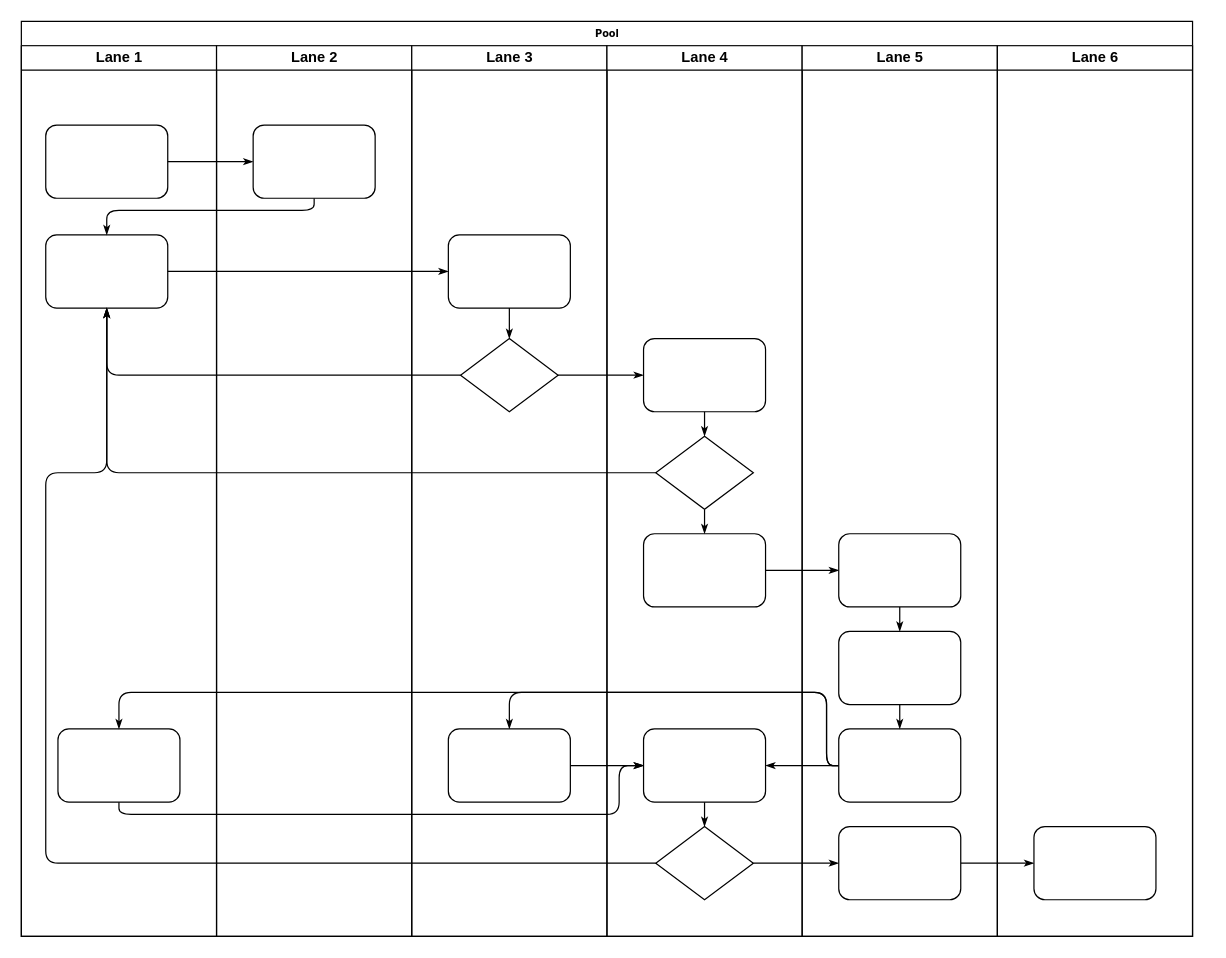
The draw.io diagram Untitled Diagram.drawio in yexue52/test, before the edit. Source tidied: cells renumbered, new cells numbered last; positions are measured from the earlier drawing's top-left corner, leaving out a move shared by most shapes. Both pictures are drawn from the tidied source at 122%, with x=0, y=0 at pixel (21, 21).
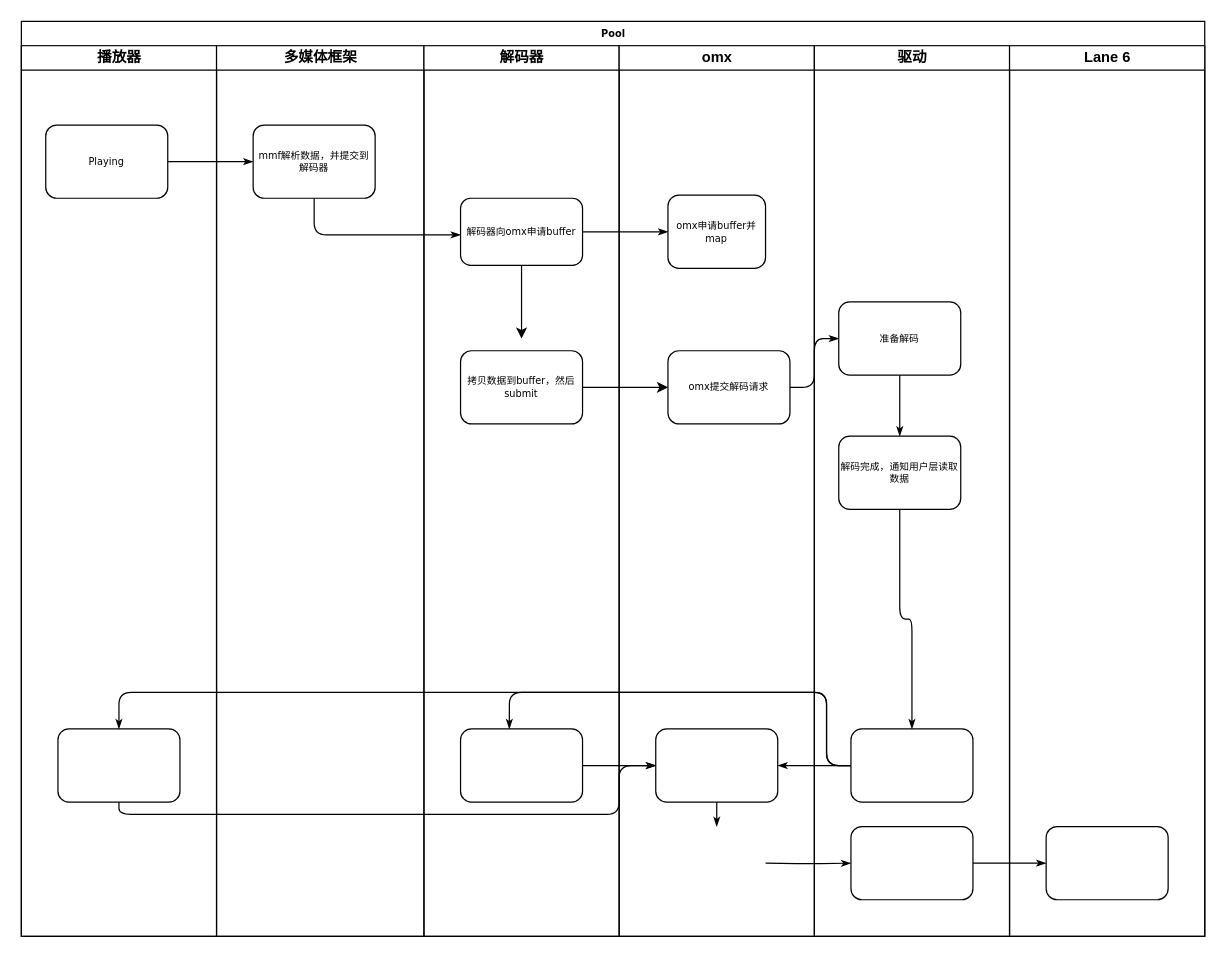
The same page after the edit.

The change refers to these unchanged cells:
```xml
<mxCell id="33" style="rounded=1;whiteSpace=wrap;html=1;shadow=0;labelBackgroundColor=none;strokeWidth=1;fontFamily=Verdana;fontSize=8;align=center;" parent="29" vertex="1">
  <mxGeometry x="30" y="560" width="100" height="60" as="geometry" />
</mxCell>
<mxCell id="42" style="rounded=1;whiteSpace=wrap;html=1;shadow=0;labelBackgroundColor=none;strokeWidth=1;fontFamily=Verdana;fontSize=8;align=center;" parent="38" vertex="1">
  <mxGeometry x="30" y="640" width="100" height="60" as="geometry" />
</mxCell>
```

What changed in the source:
```diff
@@
     <mxCell id="2" value="Pool" style="swimlane;html=1;startSize=20;rounded=0;shadow=0;labelBackgroundColor=none;strokeWidth=1;fontFamily=Verdana;fontSize=8;align=center;" parent="1" vertex="1">
-      <mxGeometry width="960" height="750" as="geometry" />
+      <mxGeometry width="970" height="750" as="geometry" />
     </mxCell>
-    <mxCell id="3" value="Lane 1" style="swimlane;html=1;startSize=20;" parent="2" vertex="1">
+    <mxCell id="3" value="播放器" style="swimlane;html=1;startSize=20;" parent="2" vertex="1">
       <mxGeometry y="20" width="160" height="730" as="geometry" />
     </mxCell>
-    <mxCell id="4" style="rounded=1;whiteSpace=wrap;html=1;shadow=0;labelBackgroundColor=none;strokeWidth=1;fontFamily=Verdana;fontSize=8;align=center;" parent="3" vertex="1">
+    <mxCell id="4" value="Playing" style="rounded=1;whiteSpace=wrap;html=1;shadow=0;labelBackgroundColor=none;strokeWidth=1;fontFamily=Verdana;fontSize=8;align=center;" parent="3" vertex="1">
       <mxGeometry x="20" y="65" width="100" height="60" as="geometry" />
     </mxCell>
-    <mxCell id="5" style="rounded=1;whiteSpace=wrap;html=1;shadow=0;labelBackgroundColor=none;strokeWidth=1;fontFamily=Verdana;fontSize=8;align=center;" parent="3" vertex="1">
-      <mxGeometry x="20" y="155" width="100" height="60" as="geometry" />
-    </mxCell>
@@
     <mxCell id="8" style="edgeStyle=orthogonalEdgeStyle;rounded=1;html=1;labelBackgroundColor=none;startArrow=none;startFill=0;startSize=5;endArrow=classicThin;endFill=1;endSize=5;jettySize=auto;strokeWidth=1;fontFamily=Verdana;fontSize=8;" parent="2" edge="1" source="23" target="5">
       <mxGeometry relative="1" as="geometry">
         <Array as="points">
-          <mxPoint x="240" y="155" />
-          <mxPoint x="70" y="155" />
+          <mxPoint x="240" y="175" />
         </Array>
       </mxGeometry>
     </mxCell>
-    <mxCell id="9" style="edgeStyle=orthogonalEdgeStyle;rounded=1;html=1;labelBackgroundColor=none;startArrow=none;startFill=0;startSize=5;endArrow=classicThin;endFill=1;endSize=5;jettySize=auto;strokeWidth=1;fontFamily=Verdana;fontSize=8;" parent="2" edge="1" source="5" target="25">
-      <mxGeometry relative="1" as="geometry" />
-    </mxCell>
-    <mxCell id="10" style="edgeStyle=orthogonalEdgeStyle;rounded=1;html=1;labelBackgroundColor=none;startArrow=none;startFill=0;startSize=5;endArrow=classicThin;endFill=1;endSize=5;jettySize=auto;strokeWidth=1;fontFamily=Verdana;fontSize=8;" parent="2" edge="1" source="26" target="5">
-      <mxGeometry relative="1" as="geometry" />
-    </mxCell>
-    <mxCell id="11" style="edgeStyle=orthogonalEdgeStyle;rounded=1;html=1;labelBackgroundColor=none;startArrow=none;startFill=0;startSize=5;endArrow=classicThin;endFill=1;endSize=5;jettySize=auto;strokeWidth=1;fontFamily=Verdana;fontSize=8;" parent="2" edge="1" source="31" target="5">
-      <mxGeometry relative="1" as="geometry" />
-    </mxCell>
-    <mxCell id="12" style="edgeStyle=orthogonalEdgeStyle;rounded=1;html=1;labelBackgroundColor=none;startArrow=none;startFill=0;startSize=5;endArrow=classicThin;endFill=1;endSize=5;jettySize=auto;strokeWidth=1;fontFamily=Verdana;fontSize=8;" parent="2" edge="1" source="34" target="5">
-      <mxGeometry relative="1" as="geometry">
-        <Array as="points">
-          <mxPoint x="20" y="690" />
-          <mxPoint x="20" y="370" />
-          <mxPoint x="70" y="370" />
-        </Array>
-      </mxGeometry>
-    </mxCell>
-    <mxCell id="13" style="edgeStyle=orthogonalEdgeStyle;rounded=1;html=1;labelBackgroundColor=none;startArrow=none;startFill=0;startSize=5;endArrow=classicThin;endFill=1;endSize=5;jettySize=auto;strokeWidth=1;fontFamily=Verdana;fontSize=8;" parent="2" edge="1" source="26" target="30">
-      <mxGeometry relative="1" as="geometry" />
-    </mxCell>
-    <mxCell id="14" style="edgeStyle=orthogonalEdgeStyle;rounded=1;html=1;labelBackgroundColor=none;startArrow=none;startFill=0;startSize=5;endArrow=classicThin;endFill=1;endSize=5;jettySize=auto;strokeWidth=1;fontFamily=Verdana;fontSize=8;" parent="2" edge="1" source="34" target="42">
-      <mxGeometry relative="1" as="geometry" />
+    <mxCell id="14" style="edgeStyle=orthogonalEdgeStyle;rounded=1;html=1;labelBackgroundColor=none;startArrow=none;startFill=0;startSize=5;endArrow=classicThin;endFill=1;endSize=5;jettySize=auto;strokeWidth=1;fontFamily=Verdana;fontSize=8;" parent="2" edge="1" target="42">
+      <mxGeometry relative="1" as="geometry">
+        <mxPoint x="610" y="690" as="sourcePoint" />
+      </mxGeometry>
     </mxCell>
@@
-    <mxCell id="16" style="edgeStyle=orthogonalEdgeStyle;rounded=1;html=1;labelBackgroundColor=none;startArrow=none;startFill=0;startSize=5;endArrow=classicThin;endFill=1;endSize=5;jettySize=auto;strokeWidth=1;fontFamily=Verdana;fontSize=8;" parent="2" edge="1" source="32" target="39">
+    <mxCell id="16" style="edgeStyle=orthogonalEdgeStyle;rounded=1;html=1;labelBackgroundColor=none;startArrow=none;startFill=0;startSize=5;endArrow=classicThin;endFill=1;endSize=5;jettySize=auto;strokeWidth=1;fontFamily=Verdana;fontSize=8;exitX=1;exitY=0.5;exitDx=0;exitDy=0;" parent="2" edge="1" source="30" target="39">
       <mxGeometry relative="1" as="geometry" />
     </mxCell>
@@
-    <mxCell id="22" value="Lane 2" style="swimlane;html=1;startSize=20;" parent="2" vertex="1">
-      <mxGeometry x="160" y="20" width="160" height="730" as="geometry" />
+    <mxCell id="22" value="多媒体框架" style="swimlane;html=1;startSize=20;" parent="2" vertex="1">
+      <mxGeometry x="160" y="20" width="170" height="730" as="geometry" />
     </mxCell>
-    <mxCell id="23" style="rounded=1;whiteSpace=wrap;html=1;shadow=0;labelBackgroundColor=none;strokeWidth=1;fontFamily=Verdana;fontSize=8;align=center;" parent="22" vertex="1">
+    <mxCell id="23" value="mmf解析数据，并提交到解码器" style="rounded=1;whiteSpace=wrap;html=1;shadow=0;labelBackgroundColor=none;strokeWidth=1;fontFamily=Verdana;fontSize=8;align=center;" parent="22" vertex="1">
       <mxGeometry x="30" y="65" width="100" height="60" as="geometry" />
     </mxCell>
-    <mxCell id="24" value="Lane 3" style="swimlane;html=1;startSize=20;" parent="2" vertex="1">
-      <mxGeometry x="320" y="20" width="160" height="730" as="geometry" />
+    <mxCell id="24" value="解码器" style="swimlane;html=1;startSize=20;" parent="2" vertex="1">
+      <mxGeometry x="330" y="20" width="160" height="730" as="geometry" />
     </mxCell>
-    <mxCell id="25" style="rounded=1;whiteSpace=wrap;html=1;shadow=0;labelBackgroundColor=none;strokeWidth=1;fontFamily=Verdana;fontSize=8;align=center;" parent="24" vertex="1">
-      <mxGeometry x="30" y="155" width="100" height="60" as="geometry" />
-    </mxCell>
-    <mxCell id="26" style="rhombus;whiteSpace=wrap;html=1;rounded=0;shadow=0;labelBackgroundColor=none;strokeWidth=1;fontFamily=Verdana;fontSize=8;align=center;" parent="24" vertex="1">
-      <mxGeometry x="40" y="240" width="80" height="60" as="geometry" />
-    </mxCell>
@@
-    <mxCell id="28" style="edgeStyle=orthogonalEdgeStyle;rounded=1;html=1;labelBackgroundColor=none;startArrow=none;startFill=0;startSize=5;endArrow=classicThin;endFill=1;endSize=5;jettySize=auto;strokeWidth=1;fontFamily=Verdana;fontSize=8;" parent="24" edge="1" source="25" target="26">
-      <mxGeometry relative="1" as="geometry" />
-    </mxCell>
+    <mxCell id="5" value="解码器向omx申请buffer" style="rounded=1;whiteSpace=wrap;html=1;shadow=0;labelBackgroundColor=none;strokeWidth=1;fontFamily=Verdana;fontSize=8;align=center;" parent="24" vertex="1">
+      <mxGeometry x="30" y="125" width="100" height="55" as="geometry" />
+    </mxCell>
+    <mxCell id="47" value="拷贝数据到buffer，然后submit" style="rounded=1;whiteSpace=wrap;html=1;shadow=0;labelBackgroundColor=none;strokeWidth=1;fontFamily=Verdana;fontSize=8;align=center;" parent="24" vertex="1">
+      <mxGeometry x="30" y="250" width="100" height="60" as="geometry" />
+    </mxCell>
-    <mxCell id="29" value="Lane 4" style="swimlane;html=1;startSize=20;" parent="2" vertex="1">
-      <mxGeometry x="480" y="20" width="160" height="730" as="geometry" />
+    <mxCell id="29" value="omx" style="swimlane;html=1;startSize=20;" parent="2" vertex="1">
+      <mxGeometry x="490" y="20" width="160" height="730" as="geometry" />
     </mxCell>
-    <mxCell id="30" style="rounded=1;whiteSpace=wrap;html=1;shadow=0;labelBackgroundColor=none;strokeWidth=1;fontFamily=Verdana;fontSize=8;align=center;" parent="29" vertex="1">
-      <mxGeometry x="30" y="240" width="100" height="60" as="geometry" />
+    <mxCell id="30" value="omx提交解码请求" style="rounded=1;whiteSpace=wrap;html=1;shadow=0;labelBackgroundColor=none;strokeWidth=1;fontFamily=Verdana;fontSize=8;align=center;" parent="29" vertex="1">
+      <mxGeometry x="40" y="250" width="100" height="60" as="geometry" />
     </mxCell>
-    <mxCell id="31" style="rhombus;whiteSpace=wrap;html=1;rounded=0;shadow=0;labelBackgroundColor=none;strokeWidth=1;fontFamily=Verdana;fontSize=8;align=center;" parent="29" vertex="1">
-      <mxGeometry x="40" y="320" width="80" height="60" as="geometry" />
-    </mxCell>
-    <mxCell id="32" style="rounded=1;whiteSpace=wrap;html=1;shadow=0;labelBackgroundColor=none;strokeWidth=1;fontFamily=Verdana;fontSize=8;align=center;" parent="29" vertex="1">
-      <mxGeometry x="30" y="400" width="100" height="60" as="geometry" />
-    </mxCell>
@@
-    <mxCell id="34" style="rhombus;whiteSpace=wrap;html=1;rounded=0;shadow=0;labelBackgroundColor=none;strokeWidth=1;fontFamily=Verdana;fontSize=8;align=center;" parent="29" vertex="1">
-      <mxGeometry x="40" y="640" width="80" height="60" as="geometry" />
-    </mxCell>
-    <mxCell id="35" style="edgeStyle=orthogonalEdgeStyle;rounded=1;html=1;labelBackgroundColor=none;startArrow=none;startFill=0;startSize=5;endArrow=classicThin;endFill=1;endSize=5;jettySize=auto;strokeColor=#000000;strokeWidth=1;fontFamily=Verdana;fontSize=8;fontColor=#000000;" parent="29" edge="1" source="30" target="31">
-      <mxGeometry relative="1" as="geometry" />
-    </mxCell>
-    <mxCell id="36" style="edgeStyle=orthogonalEdgeStyle;rounded=1;html=1;labelBackgroundColor=none;startArrow=none;startFill=0;startSize=5;endArrow=classicThin;endFill=1;endSize=5;jettySize=auto;strokeWidth=1;fontFamily=Verdana;fontSize=8;" parent="29" edge="1" source="31" target="32">
-      <mxGeometry relative="1" as="geometry" />
-    </mxCell>
-    <mxCell id="37" style="edgeStyle=orthogonalEdgeStyle;rounded=1;html=1;labelBackgroundColor=none;startArrow=none;startFill=0;startSize=5;endArrow=classicThin;endFill=1;endSize=5;jettySize=auto;strokeWidth=1;fontFamily=Verdana;fontSize=8;" parent="29" edge="1" source="33" target="34">
-      <mxGeometry relative="1" as="geometry" />
+    <mxCell id="37" style="edgeStyle=orthogonalEdgeStyle;rounded=1;html=1;labelBackgroundColor=none;startArrow=none;startFill=0;startSize=5;endArrow=classicThin;endFill=1;endSize=5;jettySize=auto;strokeWidth=1;fontFamily=Verdana;fontSize=8;" parent="29" edge="1" source="33">
+      <mxGeometry relative="1" as="geometry">
+        <mxPoint x="80" y="640" as="targetPoint" />
+      </mxGeometry>
     </mxCell>
+    <mxCell id="25" value="omx申请buffer并map" style="rounded=1;whiteSpace=wrap;html=1;shadow=0;labelBackgroundColor=none;strokeWidth=1;fontFamily=Verdana;fontSize=8;align=center;" parent="29" vertex="1">
+      <mxGeometry x="40" y="122.5" width="80" height="60" as="geometry" />
+    </mxCell>
-    <mxCell id="38" value="Lane 5" style="swimlane;html=1;startSize=20;" parent="2" vertex="1">
-      <mxGeometry x="640" y="20" width="160" height="730" as="geometry" />
+    <mxCell id="38" value="驱动" style="swimlane;html=1;startSize=20;" parent="2" vertex="1">
+      <mxGeometry x="650" y="20" width="160" height="730" as="geometry" />
     </mxCell>
-    <mxCell id="39" style="rounded=1;whiteSpace=wrap;html=1;shadow=0;labelBackgroundColor=none;strokeWidth=1;fontFamily=Verdana;fontSize=8;align=center;" parent="38" vertex="1">
-      <mxGeometry x="30" y="400" width="100" height="60" as="geometry" />
+    <mxCell id="39" value="准备解码" style="rounded=1;whiteSpace=wrap;html=1;shadow=0;labelBackgroundColor=none;strokeWidth=1;fontFamily=Verdana;fontSize=8;align=center;" parent="38" vertex="1">
+      <mxGeometry x="20" y="210" width="100" height="60" as="geometry" />
     </mxCell>
-    <mxCell id="40" style="rounded=1;whiteSpace=wrap;html=1;shadow=0;labelBackgroundColor=none;strokeWidth=1;fontFamily=Verdana;fontSize=8;align=center;" parent="38" vertex="1">
-      <mxGeometry x="30" y="480" width="100" height="60" as="geometry" />
+    <mxCell id="40" value="解码完成，通知用户层读取数据" style="rounded=1;whiteSpace=wrap;html=1;shadow=0;labelBackgroundColor=none;strokeWidth=1;fontFamily=Verdana;fontSize=8;align=center;" parent="38" vertex="1">
+      <mxGeometry x="20" y="320" width="100" height="60" as="geometry" />
     </mxCell>
@@
-    <mxCell id="43" style="edgeStyle=orthogonalEdgeStyle;rounded=1;html=1;labelBackgroundColor=none;startArrow=none;startFill=0;startSize=5;endArrow=classicThin;endFill=1;endSize=5;jettySize=auto;strokeWidth=1;fontFamily=Verdana;fontSize=8;" parent="38" edge="1" source="39" target="40">
+    <mxCell id="43" style="edgeStyle=orthogonalEdgeStyle;rounded=1;html=1;labelBackgroundColor=none;startArrow=none;startFill=0;startSize=5;endArrow=classicThin;endFill=1;endSize=5;jettySize=auto;strokeWidth=1;fontFamily=Verdana;fontSize=8;entryX=0.5;entryY=0;entryDx=0;entryDy=0;" parent="38" edge="1" source="39" target="40">
       <mxGeometry relative="1" as="geometry" />
     </mxCell>
@@
     <mxCell id="45" value="Lane 6" style="swimlane;html=1;startSize=20;" parent="2" vertex="1">
-      <mxGeometry x="800" y="20" width="160" height="730" as="geometry" />
+      <mxGeometry x="810" y="20" width="160" height="730" as="geometry" />
     </mxCell>
@@
+    <mxCell id="9" style="edgeStyle=orthogonalEdgeStyle;rounded=1;html=1;labelBackgroundColor=none;startArrow=none;startFill=0;startSize=5;endArrow=classicThin;endFill=1;endSize=5;jettySize=auto;strokeWidth=1;fontFamily=Verdana;fontSize=8;" parent="2" edge="1" source="5" target="25">
+      <mxGeometry relative="1" as="geometry" />
+    </mxCell>
+    <mxCell id="48" style="edgeStyle=orthogonalEdgeStyle;rounded=0;jettySize=auto;html=1;exitX=1;exitY=0.5;exitDx=0;exitDy=0;entryX=0;entryY=0.5;entryDx=0;entryDy=0;" parent="2" edge="1" source="47" target="30">
+      <mxGeometry relative="1" as="geometry" />
+    </mxCell>
+    <mxCell id="49" style="edgeStyle=orthogonalEdgeStyle;rounded=0;jettySize=auto;html=1;exitX=0.5;exitY=1;exitDx=0;exitDy=0;" parent="1" edge="1" source="5">
+      <mxGeometry relative="1" as="geometry">
+        <mxPoint x="410" y="260" as="targetPoint" />
+      </mxGeometry>
+    </mxCell>
```
